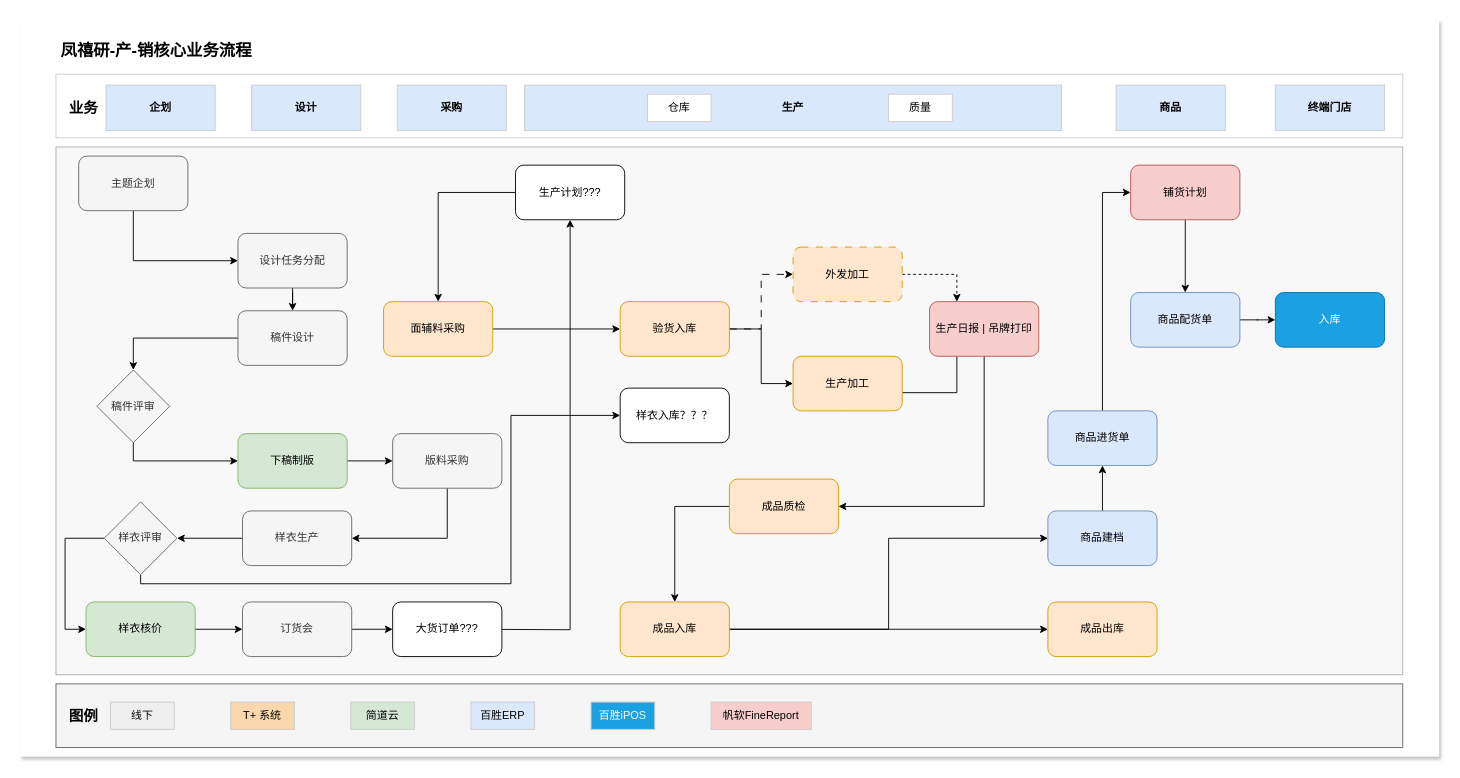
The draw.io diagram IT 系统状况.drawio in leonhard1Q84/leonhard1Q84.github.io, before the edit. Source tidied: cells renumbered, new cells numbered last; positions are measured from the earlier drawing's top-left corner, leaving out a move shared by most shapes. Both pictures are drawn from the tidied source at 91%, with x=0, y=0 at pixel (19, 19).
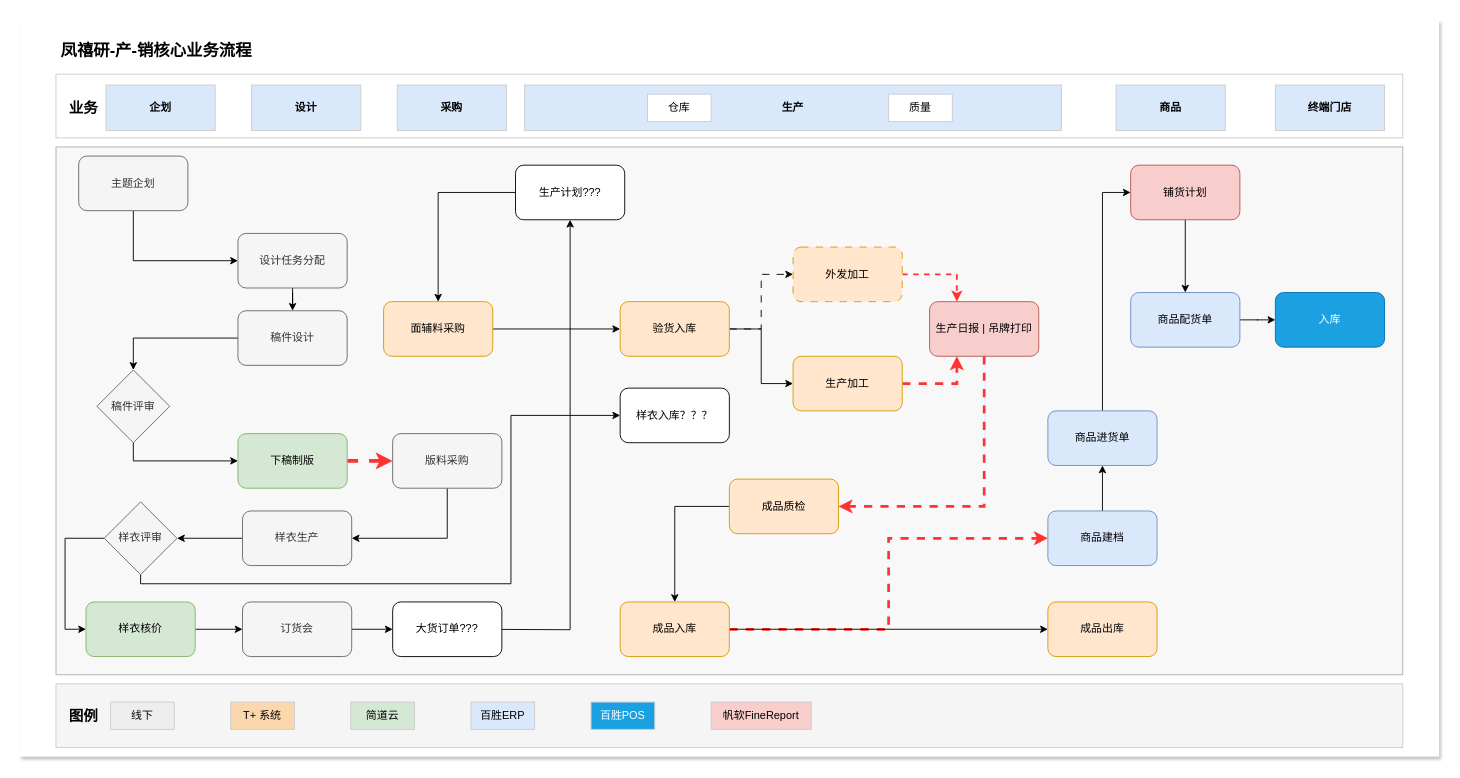
The same diagram, later.

Commit message:
更新IT 系统状况.drawio

Unchanged cells that the change refers to:
```xml
<mxCell id="14" value="下稿制版" style="rounded=1;whiteSpace=wrap;html=1;fillColor=#d5e8d4;strokeColor=#82b366;" parent="1" vertex="1">
  <mxGeometry x="240" y="455" width="120" height="60" as="geometry" />
</mxCell>
<mxCell id="16" value="版料采购" style="rounded=1;whiteSpace=wrap;html=1;fillColor=#f5f5f5;fontColor=#333333;strokeColor=#666666;" parent="1" vertex="1">
  <mxGeometry x="410" y="455" width="120" height="60" as="geometry" />
</mxCell>
<mxCell id="32" value="生产加工" style="rounded=1;whiteSpace=wrap;html=1;fillColor=#ffe6cc;strokeColor=#d79b00;" parent="1" vertex="1">
  <mxGeometry x="850" y="370" width="120" height="60" as="geometry" />
</mxCell>
<mxCell id="34" value="外发加工" style="rounded=1;whiteSpace=wrap;html=1;fillColor=#ffe6cc;strokeColor=#d79b00;dashed=1;dashPattern=8 8;" parent="1" vertex="1">
  <mxGeometry x="850" y="250" width="120" height="60" as="geometry" />
</mxCell>
<mxCell id="36" value="成品质检" style="rounded=1;whiteSpace=wrap;html=1;fillColor=#ffe6cc;strokeColor=#d79b00;" parent="1" vertex="1">
  <mxGeometry x="780" y="505" width="120" height="60" as="geometry" />
</mxCell>
<mxCell id="45" value="成品入库" style="rounded=1;whiteSpace=wrap;html=1;fillColor=#ffe6cc;strokeColor=#d79b00;" parent="1" vertex="1">
  <mxGeometry x="660" y="640" width="120" height="60" as="geometry" />
</mxCell>
<mxCell id="51" value="生产日报 | 吊牌打印" style="rounded=1;whiteSpace=wrap;html=1;fillColor=#f8cecc;strokeColor=#b85450;" parent="1" vertex="1">
  <mxGeometry x="1000" y="310" width="120" height="60" as="geometry" />
</mxCell>
<mxCell id="55" value="商品建档" style="rounded=1;whiteSpace=wrap;html=1;fillColor=#dae8fc;strokeColor=#6c8ebf;" parent="1" vertex="1">
  <mxGeometry x="1130" y="540" width="120" height="60" as="geometry" />
</mxCell>
```

Diff of the diagram source:
```diff
@@
-    <mxCell id="13" style="edgeStyle=orthogonalEdgeStyle;rounded=0;jettySize=auto;html=1;" parent="1" edge="1" source="14" target="16">
+    <mxCell id="13" style="edgeStyle=orthogonalEdgeStyle;rounded=0;jettySize=auto;html=1;dashed=1;strokeWidth=4;strokeColor=#FF3333;" parent="1" edge="1" source="14" target="16">
       <mxGeometry relative="1" as="geometry" />
     </mxCell>
@@
-    <mxCell id="31" style="edgeStyle=orthogonalEdgeStyle;rounded=0;jettySize=auto;html=1;exitX=0.5;exitY=1;exitDx=0;exitDy=0;entryX=0.25;entryY=0;entryDx=0;entryDy=0;" parent="1" edge="1" source="32" target="51">
+    <mxCell id="31" style="edgeStyle=orthogonalEdgeStyle;rounded=0;jettySize=auto;html=1;exitX=1;exitY=0.5;exitDx=0;exitDy=0;entryX=0.25;entryY=1;entryDx=0;entryDy=0;strokeWidth=3;dashed=1;strokeColor=#FF3333;" parent="1" edge="1" source="32" target="51">
       <mxGeometry relative="1" as="geometry">
         <Array as="points">
-          <mxPoint x="970" y="410" />
-          <mxPoint x="990" y="410" />
+          <mxPoint x="1030" y="400" />
         </Array>
       </mxGeometry>
     </mxCell>
@@
-    <mxCell id="33" style="edgeStyle=orthogonalEdgeStyle;rounded=0;jettySize=auto;html=1;entryX=0.25;entryY=0;entryDx=0;entryDy=0;dashed=1;" parent="1" edge="1" source="34" target="51">
+    <mxCell id="33" style="edgeStyle=orthogonalEdgeStyle;rounded=0;jettySize=auto;html=1;entryX=0.25;entryY=0;entryDx=0;entryDy=0;dashed=1;strokeColor=#FF3333;strokeWidth=2;" parent="1" edge="1" source="34" target="51">
       <mxGeometry relative="1" as="geometry" />
     </mxCell>
@@
-    <mxCell id="43" style="edgeStyle=orthogonalEdgeStyle;rounded=0;jettySize=auto;html=1;entryX=0;entryY=0.5;entryDx=0;entryDy=0;" parent="1" edge="1" source="45" target="55">
+    <mxCell id="43" style="edgeStyle=orthogonalEdgeStyle;rounded=0;jettySize=auto;html=1;entryX=0;entryY=0.5;entryDx=0;entryDy=0;dashed=1;strokeColor=#FF3333;strokeWidth=3;" parent="1" edge="1" source="45" target="55">
       <mxGeometry relative="1" as="geometry" />
     </mxCell>
@@
-    <mxCell id="50" style="edgeStyle=orthogonalEdgeStyle;rounded=0;jettySize=auto;html=1;entryX=1;entryY=0.5;entryDx=0;entryDy=0;exitX=0.5;exitY=1;exitDx=0;exitDy=0;" parent="1" edge="1" source="51" target="36">
+    <mxCell id="50" style="edgeStyle=orthogonalEdgeStyle;rounded=0;jettySize=auto;html=1;entryX=1;entryY=0.5;entryDx=0;entryDy=0;exitX=0.5;exitY=1;exitDx=0;exitDy=0;dashed=1;strokeWidth=3;strokeColor=#FF3333;" parent="1" edge="1" source="51" target="36">
       <mxGeometry relative="1" as="geometry" />
     </mxCell>
@@
-    <mxCell id="67" style="rounded=0;whiteSpace=wrap;html=1;strokeColor=#666666;fillColor=#f5f5f5;gradientColor=none;" parent="1" vertex="1">
+    <mxCell id="67" style="rounded=0;whiteSpace=wrap;html=1;strokeColor=#CCCCCC;fillColor=#f5f5f5;gradientColor=none;" parent="1" vertex="1">
       <mxGeometry x="40" y="730" width="1480" height="70" as="geometry" />
     </mxCell>
@@
-    <mxCell id="72" value="百胜iPOS" style="rounded=0;whiteSpace=wrap;html=1;fillColor=#1ba1e2;fontColor=#ffffff;strokeColor=#CCCCCC;" parent="1" vertex="1">
+    <mxCell id="72" value="百胜POS" style="rounded=0;whiteSpace=wrap;html=1;fillColor=#1ba1e2;fontColor=#ffffff;strokeColor=#CCCCCC;" parent="1" vertex="1">
       <mxGeometry x="628" y="750" width="70" height="30" as="geometry" />
     </mxCell>
```
